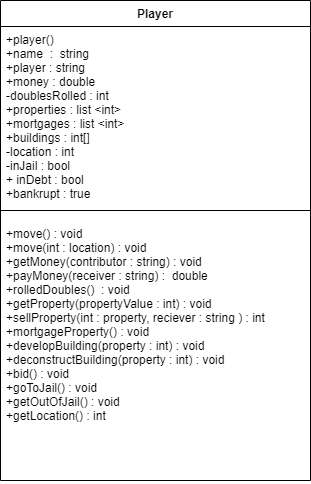
Above: Player_Monopoly_UML.drawio.png in NReedel/Monopoly (draw.io), before the change. Source tidied: cells renumbered, new cells last; positions are measured from the earlier drawing's top-left corner, leaving out a move shared by most shapes.
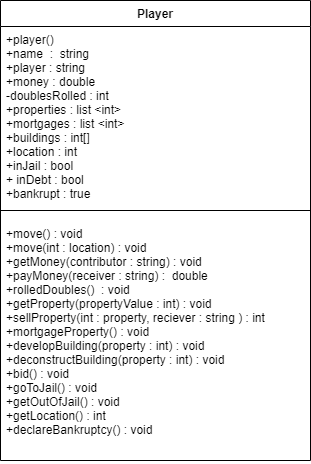
The same file after the commit.

Change to the diagram source:
```diff
@@ -3,16 +3,16 @@
     <mxCell id="0" style="html=1;" />
     <mxCell id="1" style="html=1;" parent="0" />
     <mxCell id="2" value="Player" style="swimlane;fontStyle=1;align=center;verticalAlign=top;horizontal=1;startSize=26;" parent="1" vertex="1">
-      <mxGeometry width="310" height="480" as="geometry" />
+      <mxGeometry width="310" height="460" as="geometry" />
     </mxCell>
-    <mxCell id="3" value="+player()&#10;+name  :  string&#10;+player : string&#10;+money : double&#10;-doublesRolled : int&#10;+properties : list &lt;int&gt;&#10;+mortgages : list &lt;int&gt;&#10;+buildings : int[]&#10;-location : int&#10;-inJail : bool&#10;+ inDebt : bool&#10;+bankrupt : true&#10;" style="text;strokeColor=none;fillColor=none;align=left;verticalAlign=top;spacingLeft=4;spacingRight=4;overflow=hidden;" parent="2" vertex="1">
+    <mxCell id="3" value="+player()&#10;+name  :  string&#10;+player : string&#10;+money : double&#10;-doublesRolled : int&#10;+properties : list &lt;int&gt;&#10;+mortgages : list &lt;int&gt;&#10;+buildings : int[]&#10;+location : int&#10;+inJail : bool&#10;+ inDebt : bool&#10;+bankrupt : true&#10;" style="text;strokeColor=none;fillColor=none;align=left;verticalAlign=top;spacingLeft=4;spacingRight=4;overflow=hidden;" parent="2" vertex="1">
       <mxGeometry y="26" width="310" height="174" as="geometry" />
     </mxCell>
     <mxCell id="4" style="line;strokeWidth=1;fillColor=none;align=left;verticalAlign=middle;spacingTop=-1;spacingLeft=3;spacingRight=3;labelPosition=right;strokeColor=inherit;" parent="2" vertex="1">
       <mxGeometry y="200" width="310" height="20" as="geometry" />
     </mxCell>
-    <mxCell id="5" value="+move() : void&#10;+move(int : location) : void&#10;+getMoney(contributor : string) : void&#10;+payMoney(receiver : string) :  double&#10;+rolledDoubles()  : void&#10;+getProperty(propertyValue : int) : void&#10;+sellProperty(int : property, reciever : string ) : int&#10;+mortgageProperty() : void &#10;+developBuilding(property : int) : void&#10;+deconstructBuilding(property : int) : void&#10;+bid() : void &#10;+goToJail() : void&#10;+getOutOfJail() : void&#10;+getLocation() : int&#10;" style="text;strokeColor=none;fillColor=none;align=left;verticalAlign=top;spacingLeft=4;spacingRight=4;overflow=hidden;" parent="2" vertex="1">
-      <mxGeometry y="220" width="310" height="260" as="geometry" />
+    <mxCell id="5" value="+move() : void&#10;+move(int : location) : void&#10;+getMoney(contributor : string) : void&#10;+payMoney(receiver : string) :  double&#10;+rolledDoubles()  : void&#10;+getProperty(propertyValue : int) : void&#10;+sellProperty(int : property, reciever : string ) : int&#10;+mortgageProperty() : void &#10;+developBuilding(property : int) : void&#10;+deconstructBuilding(property : int) : void&#10;+bid() : void &#10;+goToJail() : void&#10;+getOutOfJail() : void&#10;+getLocation() : int&#10;+declareBankruptcy() : void&#10;" style="text;strokeColor=none;fillColor=none;align=left;verticalAlign=top;spacingLeft=4;spacingRight=4;overflow=hidden;" parent="2" vertex="1">
+      <mxGeometry y="220" width="310" height="240" as="geometry" />
     </mxCell>
   </root>
 </mxGraphModel>
```
